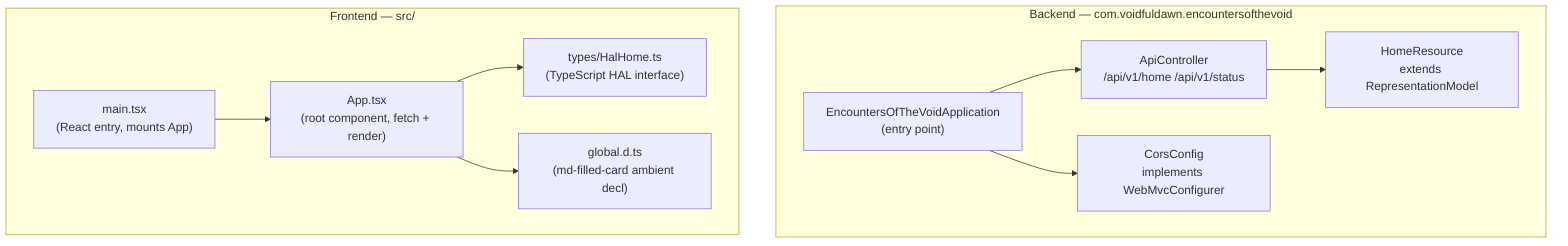
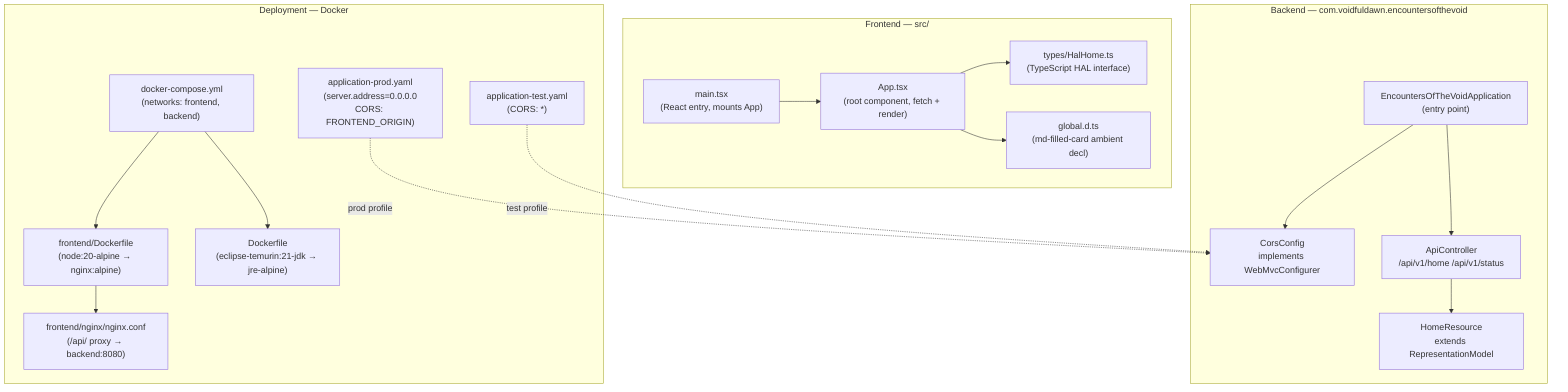
graph TB
    subgraph backend ["Backend — com.voidfuldawn.encountersofthevoid"]
        App["EncountersOfTheVoidApplication\n(entry point)"]
        Controller["ApiController\n/api/v1/home  /api/v1/status"]
        Model["HomeResource\nextends RepresentationModel"]
        Config["CorsConfig\nimplements WebMvcConfigurer"]
    end

    subgraph frontend ["Frontend — src/"]
        MainTSX["main.tsx\n(React entry, mounts App)"]
        AppTSX["App.tsx\n(root component, fetch + render)"]
        Types["types/HalHome.ts\n(TypeScript HAL interface)"]
        GlobalD["global.d.ts\n(md-filled-card ambient decl)"]
    end

+     subgraph deployment ["Deployment — Docker"]
+         DockerBE["Dockerfile\n(eclipse-temurin:21-jdk → jre-alpine)"]
+         DockerFE["frontend/Dockerfile\n(node:20-alpine → nginx:alpine)"]
+         NginxConf["frontend/nginx/nginx.conf\n(/api/ proxy → backend:8080)"]
+         Compose["docker-compose.yml\n(networks: frontend, backend)"]
+         ProfProd["application-prod.yaml\n(server.address=0.0.0.0\nCORS: FRONTEND_ORIGIN)"]
+         ProfTest["application-test.yaml\n(CORS: *)"]
+     end
+ 
    App --> Controller
    App --> Config
    Controller --> Model
    MainTSX --> AppTSX
    AppTSX --> Types
    AppTSX --> GlobalD
+     Compose --> DockerBE
+     Compose --> DockerFE
+     DockerFE --> NginxConf
+     ProfProd -.->|"prod profile"| Config
+     ProfTest -.->|"test profile"| Config
